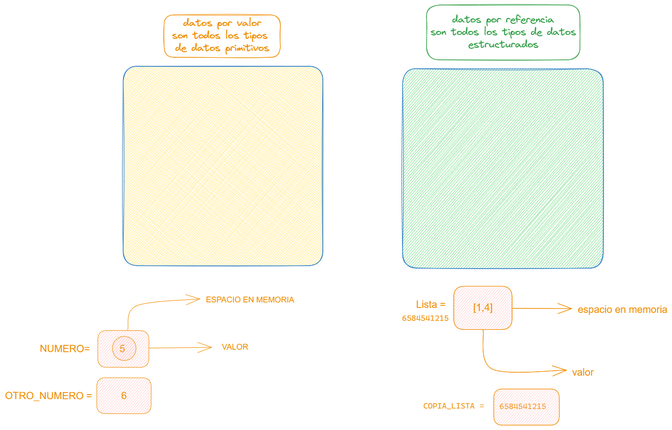
The Excalidraw diagram Tipos_datos_estructurados/.excalidraw.png in geanpiere27/cursos_python, before a commit. Source tidied: one line per element, renumbered; positions are measured from the earlier drawing's top-left corner, leaving out a move shared by most shapes. Its diagram source:
```json
{"id": 0, "type": "rectangle", "strokeColor": "#f08c00", "backgroundColor": "#ffffff", "fillStyle": "solid", "strokeWidth": 1, "roughness": 1, "round": true, "x": 319, "y": 20, "width": 233, "height": 85}
{"id": 1, "type": "text", "text": "datos por valor\nson todos los tipos \nde datos primitivos", "strokeColor": "#f08c00", "strokeWidth": 2, "roughness": 1, "fontSize": 20, "fontFamily": 1, "textAlign": "center", "verticalAlign": "middle", "inside": 0, "x": 335, "y": 25, "width": 202, "height": 75}
{"id": 2, "type": "rectangle", "strokeColor": "#2f9e44", "strokeWidth": 1, "roughness": 1, "round": true, "x": 846, "y": 0, "width": 308, "height": 110}
{"id": 3, "type": "text", "text": "datos por referencia\nson todos los tipos de datos\nestructurados", "strokeColor": "#2f9e44", "strokeWidth": 2, "roughness": 1, "fontSize": 20, "fontFamily": 1, "textAlign": "center", "verticalAlign": "middle", "inside": 2, "x": 854, "y": 18, "width": 292, "height": 75}
{"id": 4, "type": "rectangle", "strokeColor": "#1971c2", "backgroundColor": "#69db7c", "fillStyle": "hachure", "strokeWidth": 1, "roughness": 1, "round": true, "x": 798, "y": 128, "width": 403, "height": 400}
{"id": 5, "type": "rectangle", "strokeColor": "#1971c2", "backgroundColor": "#ffec99", "fillStyle": "cross-hatch", "strokeWidth": 1, "roughness": 1, "round": true, "x": 237, "y": 123, "width": 401, "height": 400}
{"id": 6, "type": "text", "text": "NUMERO= ", "strokeColor": "#f08c00", "angle": 0.0, "backgroundColor": "#ffffff", "fillStyle": "hachure", "strokeWidth": 1, "roughness": 0, "fontSize": 20, "fontFamily": 2, "x": 70, "y": 678, "width": 106, "height": 23}
{"id": 7, "type": "rectangle", "strokeColor": "#f08c00", "angle": 0.0, "backgroundColor": "#ffc9c9", "fillStyle": "hachure", "strokeWidth": 1, "roughness": 0, "round": true, "x": 186, "y": 653, "width": 103, "height": 74}
{"id": 8, "type": "arrow", "strokeColor": "#f08c00", "angle": 0.0, "backgroundColor": "#ffffff", "fillStyle": "hachure", "strokeWidth": 1, "roughness": 0, "endArrowhead": "arrow", "round": true, "x": 235, "y": 691, "width": 0, "height": 0, "points": [[0, 0], [0, 0]]}
{"id": 9, "type": "text", "text": "5", "strokeColor": "#f08c00", "backgroundColor": "#ffc9c9", "fillStyle": "hachure", "strokeWidth": 1, "roughness": 0, "fontSize": 20, "fontFamily": 2, "textAlign": "center", "verticalAlign": "middle", "inside": 8, "x": 516, "y": 684, "width": 11, "height": 23}
{"id": 10, "type": "ellipse", "strokeColor": "#f08c00", "angle": 0.0, "backgroundColor": "#ffc9c9", "fillStyle": "hachure", "strokeWidth": 1, "roughness": 0, "round": true, "x": 216, "y": 665, "width": 47, "height": 49}
{"id": 11, "type": "arrow", "strokeColor": "#f08c00", "angle": 0.0, "backgroundColor": "#ffc9c9", "fillStyle": "hachure", "strokeWidth": 1, "roughness": 0, "endArrowhead": "arrow", "round": true, "from": 7, "x": 289, "y": 689, "width": 125, "height": 2, "points": [[0, 0], [125, -2]]}
{"id": 12, "type": "arrow", "strokeColor": "#f08c00", "angle": 0.0, "backgroundColor": "#ffc9c9", "fillStyle": "hachure", "strokeWidth": 1, "roughness": 0, "endArrowhead": "arrow", "round": true, "from": 10, "to": 13, "x": 246, "y": 653, "width": 145, "height": 63, "points": [[0, 0], [17, -49], [145, -63]]}
{"id": 13, "type": "text", "text": "ESPACIO EN MEMORIA", "strokeColor": "#f08c00", "angle": 0.0, "backgroundColor": "#ffc9c9", "fillStyle": "hachure", "strokeWidth": 1, "roughness": 0, "fontSize": 16, "fontFamily": 2, "x": 403, "y": 583, "width": 178, "height": 18}
{"id": 14, "type": "text", "text": "VALOR", "strokeColor": "#f08c00", "angle": 0.0, "backgroundColor": "#ffc9c9", "fillStyle": "hachure", "strokeWidth": 1, "roughness": 0, "fontSize": 16, "fontFamily": 2, "x": 435, "y": 678, "width": 53, "height": 18}
{"id": 15, "type": "text", "text": "OTRO_NUMERO = ", "strokeColor": "#f08c00", "angle": 0.0, "backgroundColor": "#ffc9c9", "fillStyle": "hachure", "strokeWidth": 1, "roughness": 0, "fontSize": 20, "fontFamily": 2, "x": 0, "y": 773, "width": 181, "height": 23}
{"id": 16, "type": "rectangle", "strokeColor": "#f08c00", "angle": 0.0, "backgroundColor": "#ffc9c9", "fillStyle": "hachure", "strokeWidth": 1, "roughness": 0, "round": true, "x": 184, "y": 748, "width": 109, "height": 72}
{"id": 17, "type": "text", "text": "6", "strokeColor": "#f08c00", "angle": 0.0, "backgroundColor": "#ffc9c9", "fillStyle": "hachure", "strokeWidth": 1, "roughness": 0, "fontSize": 20, "fontFamily": 2, "textAlign": "center", "verticalAlign": "middle", "inside": 16, "x": 233, "y": 773, "width": 11, "height": 23}
{"id": 18, "type": "text", "text": "Lista = ", "strokeColor": "#f08c00", "backgroundColor": "#ffc9c9", "fillStyle": "hachure", "strokeWidth": 1, "roughness": 0, "fontSize": 20, "fontFamily": 2, "x": 825, "y": 590, "width": 65, "height": 23}
{"id": 19, "type": "rectangle", "strokeColor": "#f08c00", "backgroundColor": "#ffc9c9", "fillStyle": "hachure", "strokeWidth": 1, "roughness": 0, "round": true, "x": 901, "y": 564, "width": 117, "height": 87}
{"id": 20, "type": "text", "text": "[1,4]", "strokeColor": "#f08c00", "backgroundColor": "#ffc9c9", "fillStyle": "hachure", "strokeWidth": 1, "roughness": 0, "fontSize": 20, "fontFamily": 2, "textAlign": "center", "verticalAlign": "middle", "inside": 19, "x": 940, "y": 596, "width": 39, "height": 23}
{"id": 21, "type": "arrow", "strokeColor": "#f08c00", "backgroundColor": "#ffc9c9", "fillStyle": "hachure", "strokeWidth": 1, "roughness": 0, "endArrowhead": "arrow", "round": true, "from": 19, "to": 23, "x": 1020, "y": 609, "width": 118, "height": 1, "points": [[0, 0], [118, 1]]}
{"id": 22, "type": "arrow", "strokeColor": "#f08c00", "backgroundColor": "#ffc9c9", "fillStyle": "hachure", "strokeWidth": 1, "roughness": 0, "endArrowhead": "arrow", "round": true, "from": 19, "x": 960, "y": 652, "width": 167, "height": 81, "points": [[0, 0], [19, 79], [167, 81]]}
{"id": 23, "type": "text", "text": "espacio en memoria", "strokeColor": "#f08c00", "backgroundColor": "#ffc9c9", "fillStyle": "hachure", "strokeWidth": 1, "roughness": 0, "fontSize": 20, "fontFamily": 2, "x": 1150, "y": 600, "width": 180, "height": 23}
{"id": 24, "type": "text", "text": "valor", "strokeColor": "#f08c00", "backgroundColor": "#ffc9c9", "fillStyle": "hachure", "strokeWidth": 1, "roughness": 0, "fontSize": 20, "fontFamily": 2, "x": 1138, "y": 726, "width": 43, "height": 23}
{"id": 25, "type": "text", "text": "6584541215", "strokeColor": "#f08c00", "backgroundColor": "#ffc9c9", "fillStyle": "hachure", "strokeWidth": 1, "roughness": 0, "opacity": 90, "fontSize": 16, "fontFamily": 3, "x": 797, "y": 618, "width": 94, "height": 19}
{"id": 26, "type": "text", "text": "COPIA_LISTA = ", "strokeColor": "#f08c00", "backgroundColor": "#ffc9c9", "fillStyle": "hachure", "strokeWidth": 1, "roughness": 0, "opacity": 90, "fontSize": 16, "fontFamily": 3, "x": 840, "y": 794, "width": 131, "height": 19}
{"id": 27, "type": "text", "text": "6584541215", "strokeColor": "#f08c00", "backgroundColor": "#ffc9c9", "fillStyle": "hachure", "strokeWidth": 1, "roughness": 0, "opacity": 90, "fontSize": 16, "fontFamily": 3, "x": 993, "y": 795, "width": 94, "height": 19}
{"id": 28, "type": "rectangle", "strokeColor": "#f08c00", "backgroundColor": "#ffc9c9", "fillStyle": "hachure", "strokeWidth": 1, "roughness": 0, "opacity": 90, "round": true, "x": 981, "y": 771, "width": 131, "height": 73}
```
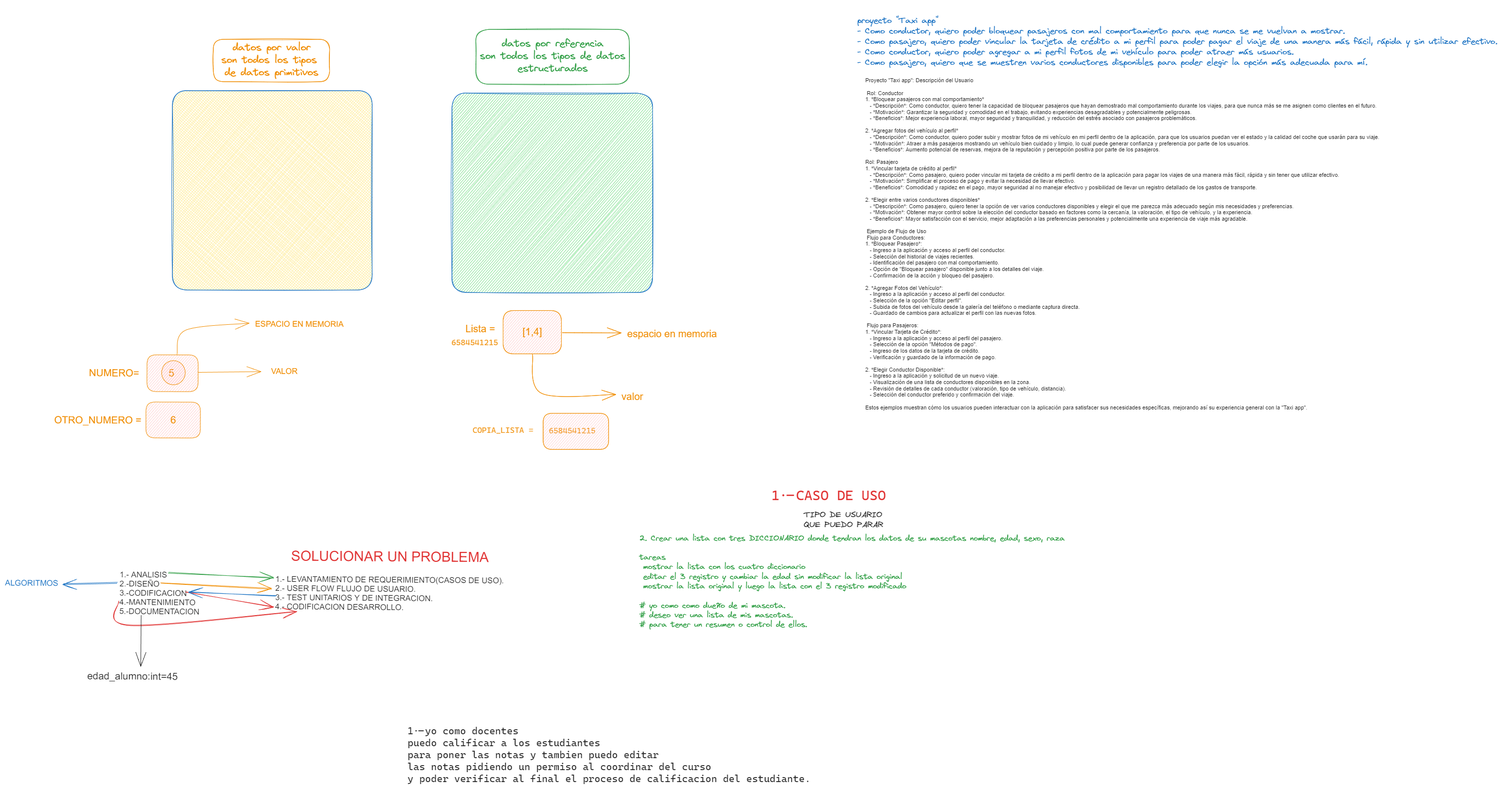
Above is the later version.

Commit message:
modifique mi archivo tipos de datos estructurados

The edit, as a diff of the source:
```diff
@@ -27,3 +27,21 @@
 {"id": 26, "type": "text", "text": "COPIA_LISTA = ", "strokeColor": "#f08c00", "backgroundColor": "#ffc9c9", "fillStyle": "hachure", "strokeWidth": 1, "roughness": 0, "opacity": 90, "fontSize": 16, "fontFamily": 3, "x": 840, "y": 794, "width": 131, "height": 19}
 {"id": 27, "type": "text", "text": "6584541215", "strokeColor": "#f08c00", "backgroundColor": "#ffc9c9", "fillStyle": "hachure", "strokeWidth": 1, "roughness": 0, "opacity": 90, "fontSize": 16, "fontFamily": 3, "x": 993, "y": 795, "width": 94, "height": 19}
 {"id": 28, "type": "rectangle", "strokeColor": "#f08c00", "backgroundColor": "#ffc9c9", "fillStyle": "hachure", "strokeWidth": 1, "roughness": 0, "opacity": 90, "round": true, "x": 981, "y": 771, "width": 131, "height": 73}
+{"id": 29, "type": "text", "text": "\nproyecto \"Taxi app\"\n- Como conductor, quiero poder bloquear pasajeros con mal comportamiento para que nunca se me vuelvan a mostrar.\n- Como pasajero, quiero poder vincular la tarjeta de crédito a mi perfil para poder pagar el viaje de una manera más fácil, rápida y sin utilizar efectivo.\n- Como conductor, quiero poder agregar a mi perfil fotos de mi vehículo para poder atraer más usuarios.\n- Como pasajero, quiero que se muestren varios conductores disponibles para poder elegir la opción más adecuada para mí.", "strokeColor": "#1971c2", "strokeWidth": 2, "roughness": 1, "fontSize": 16.81, "fontFamily": 1, "x": 1612, "y": -49, "width": 1285, "height": 126}
+{"id": 30, "type": "text", "text": "Proyecto \"Taxi app\": Descripción del Usuario\n\n Rol: Conductor\n1. *Bloquear pasajeros con mal comportamiento*\n   - *Descripción*: Como conductor, quiero tener la capacidad de bloquear pasajeros que hayan demostrado mal comportamiento durante los viajes, para que nunca más se me asignen como clientes en el futuro.\n   - *Motivación*: Garantizar la seguridad y comodidad en el trabajo, evitando experiencias desagradables y potencialmente peligrosas.\n   - *Beneficios*: Mejor experiencia laboral, mayor seguridad y tranquilidad, y reducción del estrés asociado con pasajeros problemáticos.\n\n2. *Agregar fotos del vehículo al perfil*\n   - *Descripción*: Como conductor, quiero poder subir y mostrar fotos de mi vehículo en mi perfil dentro de la aplicación, para que los usuarios puedan ver el estado y la calidad del coche que usarán para su viaje.\n   - *Motivación*: Atraer a más pasajeros mostrando un vehículo bien cuidado y limpio, lo cual puede generar confianza y preferencia por parte de los usuarios.\n   - *Beneficios*: Aumento potencial de reservas, mejora de la reputación y percepción positiva por parte de los pasajeros.\n\nRol: Pasajero\n1. *Vincular tarjeta de crédito al perfil*\n   - *Descripción*: Como pasajero, quiero poder vincular mi tarjeta de crédito a mi perfil dentro de la aplicación para pagar los viajes de una manera más fácil, rápida y sin tener que utilizar efectivo.\n   - *Motivación*: Simplificar el proceso de pago y evitar la necesidad de llevar efectivo.\n   - *Beneficios*: Comodidad y rapidez en el pago, mayor seguridad al no manejar efectivo y posibilidad de llevar un registro detallado de los gastos de transporte.\n\n2. *Elegir entre varios conductores disponibles*\n   - *Descripción*: Como pasajero, quiero tener la opción de ver varios conductores disponibles y elegir el que me parezca más adecuado según mis necesidades y preferencias.\n   - *Motivación*: Obtener mayor control sobre la elección del conductor basado en factores como la cercanía, la valoración, el tipo de vehículo, y la experiencia.\n   - *Beneficios*: Mayor satisfacción con el servicio, mejor adaptación a las preferencias personales y potencialmente una experiencia de viaje más agradable.\n\n Ejemplo de Flujo de Uso\n Flujo para Conductores:\n1. *Bloquear Pasajero*:\n   - Ingreso a la aplicación y acceso al perfil del conductor.\n   - Selección del historial de viajes recientes.\n   - Identificación del pasajero con mal comportamiento.\n   - Opción de \"Bloquear pasajero\" disponible junto a los detalles del viaje.\n   - Confirmación de la acción y bloqueo del pasajero.\n\n2. *Agregar Fotos del Vehículo*:\n   - Ingreso a la aplicación y acceso al perfil del conductor.\n   - Selección de la opción \"Editar perfil\".\n   - Subida de fotos del vehículo desde la galería del teléfono o mediante captura directa.\n   - Guardado de cambios para actualizar el perfil con las nuevas fotos.\n\n Flujo para Pasajeros:\n1. *Vincular Tarjeta de Crédito*:\n   - Ingreso a la aplicación y acceso al perfil del pasajero.\n   - Selección de la opción \"Métodos de pago\".\n   - Ingreso de los datos de la tarjeta de crédito.\n   - Verificación y guardado de la información de pago.\n\n2. *Elegir Conductor Disponible*:\n   - Ingreso a la aplicación y solicitud de un nuevo viaje.\n   - Visualización de una lista de conductores disponibles en la zona.\n   - Revisión de detalles de cada conductor (valoración, tipo de vehículo, distancia).\n   - Selección del conductor preferido y confirmación del viaje.\n\nEstos ejemplos muestran cómo los usuarios pueden interactuar con la aplicación para satisfacer sus necesidades específicas, mejorando así su experiencia general con la \"Taxi app\".", "strokeColor": "#1e1e1e", "strokeWidth": 2, "roughness": 1, "fontSize": 10.97, "fontFamily": 2, "x": 1627, "y": 98, "width": 1032, "height": 669}
+{"id": 31, "type": "text", "text": "SOLUCIONAR UN PROBLEMA", "strokeColor": "#e03131", "angle": 0.01, "strokeWidth": 2, "roughness": 1, "fontSize": 28, "fontFamily": 2, "x": 475, "y": 1043, "width": 397, "height": 32}
+{"id": 32, "type": "text", "text": "1.- LEVANTAMIENTO DE REQUERIMIENTO(CASOS DE USO).\n2.- USER FLOW FLUJO DE USUARIO.\n3.- TEST UNITARIOS Y DE INTEGRACION.\n4.- CODIFICACION DESARROLLO.", "strokeColor": "#1e1e1e", "angle": 0.01, "strokeWidth": 2, "roughness": 1, "fontSize": 16, "fontFamily": 2, "x": 444, "y": 1096, "width": 458, "height": 74}
+{"id": 33, "type": "text", "text": "1.- ANALISIS\n2.-DISEÑO\n3.-CODIFICACION\n4.-MANTENIMIENTO\n5.-DOCUMENTACION", "strokeColor": "#1e1e1e", "angle": 0.01, "strokeWidth": 2, "roughness": 1, "fontSize": 16, "fontFamily": 2, "x": 131, "y": 1086, "width": 161, "height": 92}
+{"id": 34, "type": "arrow", "strokeColor": "#1971c2", "angle": 0.01, "strokeWidth": 1, "roughness": 1, "endArrowhead": "arrow", "round": true, "from": 33, "to": 35, "x": 126, "y": 1110, "width": 107, "height": 3, "points": [[0, 0], [-107, 3]]}
+{"id": 35, "type": "text", "text": "ALGORITMOS", "strokeColor": "#1971c2", "angle": 0.01, "strokeWidth": 1, "roughness": 1, "fontSize": 16, "fontFamily": 2, "x": -99, "y": 1103, "width": 107, "height": 18}
+{"id": 36, "type": "arrow", "strokeColor": "#2f9e44", "angle": 0.01, "strokeWidth": 1, "roughness": 1, "endArrowhead": "arrow", "round": true, "to": 32, "x": 229, "y": 1092, "width": 212, "height": 9, "points": [[0, 0], [212, 9]]}
+{"id": 37, "type": "arrow", "strokeColor": "#f08c00", "angle": 0.01, "strokeWidth": 1, "roughness": 1, "endArrowhead": "arrow", "round": true, "to": 32, "x": 214, "y": 1112, "width": 222, "height": 11, "points": [[0, 0], [222, 11]]}
+{"id": 38, "type": "arrow", "strokeColor": "#e03131", "angle": 0.01, "strokeWidth": 1, "roughness": 1, "endArrowhead": "arrow", "round": true, "to": 32, "x": 264, "y": 1130, "width": 176, "height": 29, "points": [[0, 0], [176, 29]]}
+{"id": 39, "type": "arrow", "strokeColor": "#e03131", "angle": 0.01, "strokeWidth": 1, "roughness": 1, "endArrowhead": "arrow", "round": true, "from": 33, "to": 32, "x": 129, "y": 1150, "width": 358, "height": 47, "points": [[0, 0], [23, 47], [358, 19]]}
+{"id": 40, "type": "arrow", "strokeColor": "#1971c2", "angle": 0.01, "strokeWidth": 1, "roughness": 1, "endArrowhead": "arrow", "round": true, "x": 445, "y": 1137, "width": 175, "height": 7, "points": [[0, 0], [-175, -7]]}
+{"id": 41, "type": "arrow", "strokeColor": "#1e1e1e", "angle": 0.01, "strokeWidth": 1, "roughness": 0, "endArrowhead": "arrow", "round": true, "to": 42, "x": 174, "y": 1176, "width": 0, "height": 103, "points": [[0, 0], [0, 103]]}
+{"id": 42, "type": "text", "text": "edad_alumno:int=45", "strokeColor": "#1e1e1e", "angle": 0.01, "strokeWidth": 1, "roughness": 0, "fontSize": 20, "fontFamily": 2, "x": 66, "y": 1287, "width": 182, "height": 23}
+{"id": 43, "type": "text", "text": "1.-CASO DE USO", "strokeColor": "#e03131", "strokeWidth": 1, "roughness": 0, "fontSize": 28, "fontFamily": 3, "x": 1439, "y": 917, "width": 230, "height": 34}
+{"id": 44, "type": "text", "text": "TIPO DE USUARIO \nQUE PUEDO PARAR", "strokeColor": "#1e1e1e", "strokeWidth": 1, "roughness": 0, "fontSize": 16, "fontFamily": 1, "x": 1504, "y": 966, "width": 165, "height": 40}
+{"id": 45, "type": "text", "text": "2. Crear una lista con tres DICCIONARIO donde tendran los datos de su mascotas nombre, edad, sexo, raza\n \ntareas\n mostrar la lista con los cuatro diccionario\n editar el 3 registro y cambiar la edad sin modificar la lista original\n mostrar la lista original y luego la lista con el 3 registro modificado\n\n# yo como como dueño de mi mascota.\n# deseo ver una lista de mis mascotas.\n# para tener un resumen o control de ellos.\n", "strokeColor": "#2f9e44", "strokeWidth": 1, "roughness": 0, "fontSize": 15.44, "fontFamily": 1, "x": 1174, "y": 1013, "width": 854, "height": 212}
+{"id": 46, "type": "text", "text": "1.-yo como docentes \npuedo calificar a los estudiantes\npara poner las notas y tambien puedo editar \nlas notas pidiendo un permiso al coordinar del curso \ny poder verificar al final el proceso de calificacion del estudiante.\n", "strokeColor": "#1e1e1e", "strokeWidth": 1, "roughness": 0, "fontSize": 20, "fontFamily": 3, "x": 709, "y": 1396, "width": 809, "height": 144}
```
